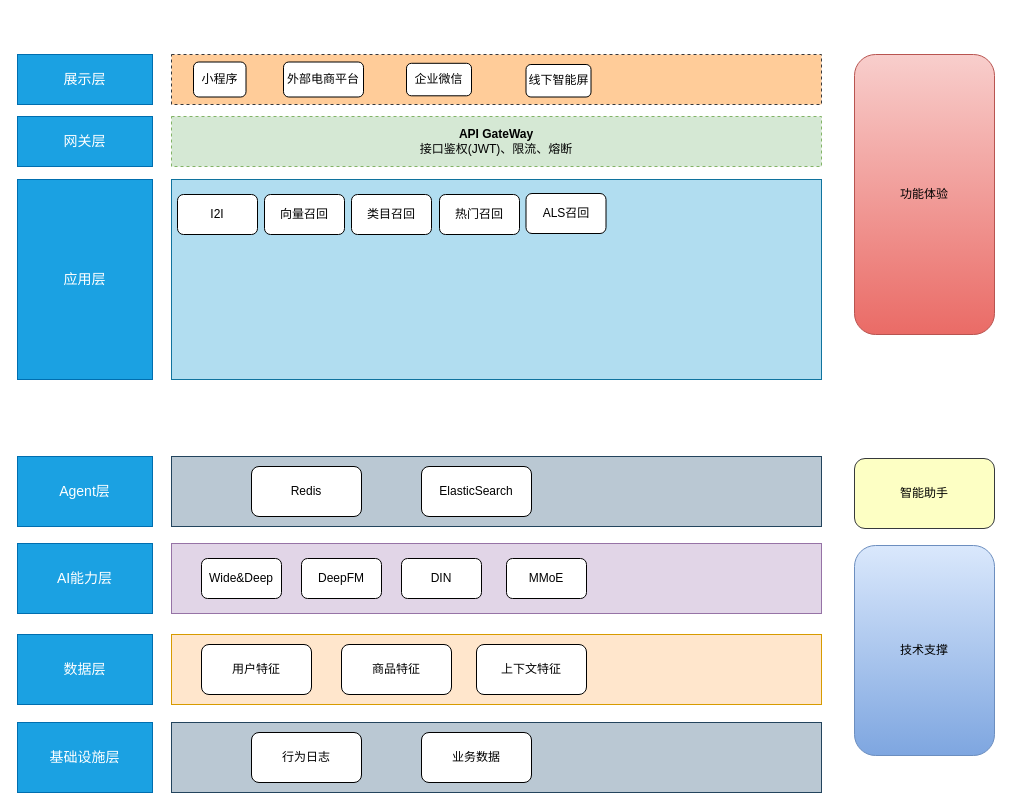
This is engineering/架构设计/智能导购架构设计图.drawio from Wanke15/wanke15.github.io, a draw.io file, before an edit. Source tidied: cells renumbered, new cells numbered last; positions are measured from the earlier drawing's top-left corner, leaving out a move shared by most shapes. Both pictures are drawn from the tidied source at 100%, with x=0, y=0 at pixel (17, 54).
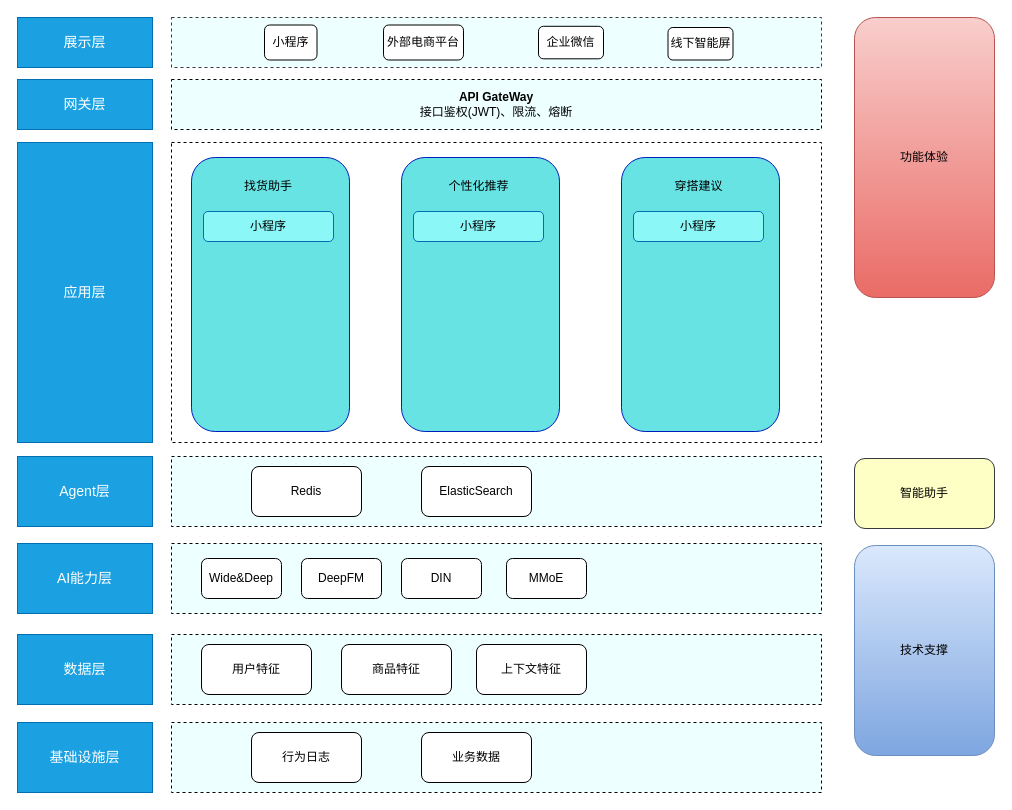
Above is the later version.

Commit message (it also covers changes not shown here):
更新智能导购架构设计图.drawio

Change to the diagram source:
```diff
@@
     <mxCell id="2" value="&lt;font style=&quot;font-size: 14px;&quot;&gt;网关层&lt;/font&gt;" style="rounded=0;whiteSpace=wrap;html=1;fillColor=#1ba1e2;strokeColor=#006EAF;fontColor=#ffffff;" parent="1" vertex="1">
-      <mxGeometry y="62" width="135" height="50" as="geometry" />
+      <mxGeometry y="25" width="135" height="50" as="geometry" />
     </mxCell>
-    <mxCell id="3" value="&lt;b&gt;API GateWay&lt;/b&gt;&lt;div&gt;接口鉴权(JWT)、限流、熔断&lt;/div&gt;" style="rounded=0;whiteSpace=wrap;html=1;fillColor=#d5e8d4;strokeColor=#82b366;dashed=1;" parent="1" vertex="1">
-      <mxGeometry x="154" y="62" width="650" height="50" as="geometry" />
+    <mxCell id="3" value="&lt;b&gt;API GateWay&lt;/b&gt;&lt;div&gt;接口鉴权(JWT)、限流、熔断&lt;/div&gt;" style="rounded=0;whiteSpace=wrap;html=1;fillColor=#EDFFFF;strokeColor=#000000;dashed=1;" parent="1" vertex="1">
+      <mxGeometry x="154" y="25" width="650" height="50" as="geometry" />
     </mxCell>
     <mxCell id="4" value="&lt;font style=&quot;font-size: 14px;&quot;&gt;应用层&lt;/font&gt;" style="rounded=0;whiteSpace=wrap;html=1;fillColor=#1ba1e2;strokeColor=#006EAF;fontColor=#ffffff;" parent="1" vertex="1">
-      <mxGeometry y="125" width="135" height="200" as="geometry" />
+      <mxGeometry y="88" width="135" height="300" as="geometry" />
     </mxCell>
-    <mxCell id="5" style="rounded=0;whiteSpace=wrap;html=1;fillColor=#b1ddf0;strokeColor=#10739e;" parent="1" vertex="1">
-      <mxGeometry x="154" y="125" width="650" height="200" as="geometry" />
+    <mxCell id="5" style="rounded=0;whiteSpace=wrap;html=1;fillColor=none;strokeColor=#000000;dashed=1;" parent="1" vertex="1">
+      <mxGeometry x="154" y="88" width="650" height="300" as="geometry" />
     </mxCell>
-    <mxCell id="6" value="I2I" style="rounded=1;whiteSpace=wrap;html=1;" parent="1" vertex="1">
-      <mxGeometry x="160" y="140" width="80" height="40" as="geometry" />
+    <mxCell id="6" value="&lt;div style=&quot;&quot;&gt;&lt;br&gt;&lt;/div&gt;" style="rounded=1;whiteSpace=wrap;html=1;align=center;fillColor=#67E3E3;fontColor=#ffffff;strokeColor=#001DBC;" parent="1" vertex="1">
+      <mxGeometry x="174" y="103" width="158" height="274" as="geometry" />
     </mxCell>
-    <mxCell id="7" value="向量召回" style="rounded=1;whiteSpace=wrap;html=1;" parent="1" vertex="1">
-      <mxGeometry x="247" y="140" width="80" height="40" as="geometry" />
-    </mxCell>
-    <mxCell id="8" value="类目召回" style="rounded=1;whiteSpace=wrap;html=1;" parent="1" vertex="1">
-      <mxGeometry x="334" y="140" width="80" height="40" as="geometry" />
-    </mxCell>
-    <mxCell id="9" value="热门召回" style="rounded=1;whiteSpace=wrap;html=1;" parent="1" vertex="1">
-      <mxGeometry x="422" y="140" width="80" height="40" as="geometry" />
-    </mxCell>
@@
-    <mxCell id="11" style="rounded=0;whiteSpace=wrap;html=1;fillColor=#e1d5e7;strokeColor=#9673a6;" parent="1" vertex="1">
+    <mxCell id="11" style="rounded=0;whiteSpace=wrap;html=1;fillColor=#EDFFFF;strokeColor=#000000;dashed=1;" parent="1" vertex="1">
       <mxGeometry x="154" y="489" width="650" height="70" as="geometry" />
     </mxCell>
@@
-    <mxCell id="17" style="rounded=0;whiteSpace=wrap;html=1;fillColor=#ffe6cc;strokeColor=#d79b00;" parent="1" vertex="1">
+    <mxCell id="17" style="rounded=0;whiteSpace=wrap;html=1;fillColor=#EDFFFF;strokeColor=#000000;dashed=1;" parent="1" vertex="1">
       <mxGeometry x="154" y="580" width="650" height="70" as="geometry" />
     </mxCell>
@@
-    <mxCell id="22" style="rounded=0;whiteSpace=wrap;html=1;fillColor=#bac8d3;strokeColor=#23445d;" parent="1" vertex="1">
+    <mxCell id="22" style="rounded=0;whiteSpace=wrap;html=1;fillColor=#EDFFFF;strokeColor=#000000;dashed=1;" parent="1" vertex="1">
       <mxGeometry x="154" y="668" width="650" height="70" as="geometry" />
     </mxCell>
@@
-    <mxCell id="26" style="rounded=0;whiteSpace=wrap;html=1;fillColor=#bac8d3;strokeColor=#23445d;" parent="1" vertex="1">
+    <mxCell id="26" style="rounded=0;whiteSpace=wrap;html=1;fillColor=#EDFFFF;strokeColor=#000000;dashed=1;" parent="1" vertex="1">
       <mxGeometry x="154" y="402" width="650" height="70" as="geometry" />
     </mxCell>
@@
     <mxCell id="29" value="&lt;font style=&quot;font-size: 14px;&quot;&gt;展示层&lt;/font&gt;" style="rounded=0;whiteSpace=wrap;html=1;fillColor=#1ba1e2;strokeColor=#006EAF;fontColor=#ffffff;" parent="1" vertex="1">
-      <mxGeometry width="135" height="50" as="geometry" />
+      <mxGeometry y="-37" width="135" height="50" as="geometry" />
     </mxCell>
-    <mxCell id="30" style="rounded=0;whiteSpace=wrap;html=1;fillColor=#ffcc99;strokeColor=#36393d;dashed=1;" parent="1" vertex="1">
-      <mxGeometry x="154" width="650" height="50" as="geometry" />
+    <mxCell id="30" style="rounded=0;whiteSpace=wrap;html=1;fillColor=#EDFFFF;strokeColor=#36393d;dashed=1;" parent="1" vertex="1">
+      <mxGeometry x="154" y="-37" width="650" height="50" as="geometry" />
     </mxCell>
     <mxCell id="31" value="小程序" style="rounded=1;whiteSpace=wrap;html=1;" parent="1" vertex="1">
-      <mxGeometry x="176" y="7.5" width="52.5" height="35" as="geometry" />
+      <mxGeometry x="247" y="-29.5" width="52.5" height="35" as="geometry" />
     </mxCell>
     <mxCell id="32" value="外部电商平台" style="rounded=1;whiteSpace=wrap;html=1;" parent="1" vertex="1">
-      <mxGeometry x="266" y="7.5" width="80" height="35" as="geometry" />
+      <mxGeometry x="366" y="-29.5" width="80" height="35" as="geometry" />
     </mxCell>
     <mxCell id="33" value="线下智能屏" style="rounded=1;whiteSpace=wrap;html=1;" parent="1" vertex="1">
-      <mxGeometry x="508.5" y="10" width="65" height="32.5" as="geometry" />
+      <mxGeometry x="650.5" y="-27" width="65" height="32.5" as="geometry" />
     </mxCell>
-    <mxCell id="34" value="ALS召回" style="rounded=1;whiteSpace=wrap;html=1;" parent="1" vertex="1">
-      <mxGeometry x="508.5" y="139" width="80" height="40" as="geometry" />
-    </mxCell>
     <mxCell id="35" value="企业微信" style="rounded=1;whiteSpace=wrap;html=1;" parent="1" vertex="1">
-      <mxGeometry x="389" y="8.8" width="65" height="32.5" as="geometry" />
+      <mxGeometry x="521" y="-28.2" width="65" height="32.5" as="geometry" />
     </mxCell>
@@
     <mxCell id="38" value="功能体验" style="rounded=1;whiteSpace=wrap;html=1;gradientColor=#ea6b66;fillColor=#f8cecc;strokeColor=#b85450;glass=0;" parent="1" vertex="1">
-      <mxGeometry x="837" width="140" height="280" as="geometry" />
+      <mxGeometry x="837" y="-37" width="140" height="280" as="geometry" />
     </mxCell>
+    <mxCell id="39" value="&lt;font style=&quot;color: rgb(0, 0, 0);&quot;&gt;小程序&lt;/font&gt;" style="rounded=1;whiteSpace=wrap;html=1;fillColor=#8BF7F7;fontColor=#ffffff;strokeColor=#006EAF;" parent="1" vertex="1">
+      <mxGeometry x="186" y="157" width="130" height="30" as="geometry" />
+    </mxCell>
+    <mxCell id="40" value="找货助手" style="text;html=1;whiteSpace=wrap;strokeColor=none;fillColor=none;align=center;verticalAlign=middle;rounded=0;" parent="1" vertex="1">
+      <mxGeometry x="221" y="117" width="60" height="30" as="geometry" />
+    </mxCell>
+    <mxCell id="41" value="&lt;div style=&quot;&quot;&gt;&lt;br&gt;&lt;/div&gt;" style="rounded=1;whiteSpace=wrap;html=1;align=center;fillColor=#67E3E3;fontColor=#ffffff;strokeColor=#001DBC;" parent="1" vertex="1">
+      <mxGeometry x="384" y="103" width="158" height="274" as="geometry" />
+    </mxCell>
+    <mxCell id="42" value="&lt;font style=&quot;color: rgb(0, 0, 0);&quot;&gt;小程序&lt;/font&gt;" style="rounded=1;whiteSpace=wrap;html=1;fillColor=#8BF7F7;fontColor=#ffffff;strokeColor=#006EAF;" parent="1" vertex="1">
+      <mxGeometry x="396" y="157" width="130" height="30" as="geometry" />
+    </mxCell>
+    <mxCell id="43" value="个性化推荐" style="text;html=1;whiteSpace=wrap;strokeColor=none;fillColor=none;align=center;verticalAlign=middle;rounded=0;" parent="1" vertex="1">
+      <mxGeometry x="429" y="117" width="65" height="30" as="geometry" />
+    </mxCell>
+    <mxCell id="44" value="&lt;div style=&quot;&quot;&gt;&lt;br&gt;&lt;/div&gt;" style="rounded=1;whiteSpace=wrap;html=1;align=center;fillColor=#67E3E3;fontColor=#ffffff;strokeColor=#001DBC;" parent="1" vertex="1">
+      <mxGeometry x="604" y="103" width="158" height="274" as="geometry" />
+    </mxCell>
+    <mxCell id="45" value="&lt;font style=&quot;color: rgb(0, 0, 0);&quot;&gt;小程序&lt;/font&gt;" style="rounded=1;whiteSpace=wrap;html=1;fillColor=#8BF7F7;fontColor=#ffffff;strokeColor=#006EAF;" parent="1" vertex="1">
+      <mxGeometry x="616" y="157" width="130" height="30" as="geometry" />
+    </mxCell>
+    <mxCell id="46" value="穿搭建议" style="text;html=1;whiteSpace=wrap;strokeColor=none;fillColor=none;align=center;verticalAlign=middle;rounded=0;" parent="1" vertex="1">
+      <mxGeometry x="649" y="117" width="65" height="30" as="geometry" />
+    </mxCell>
```
